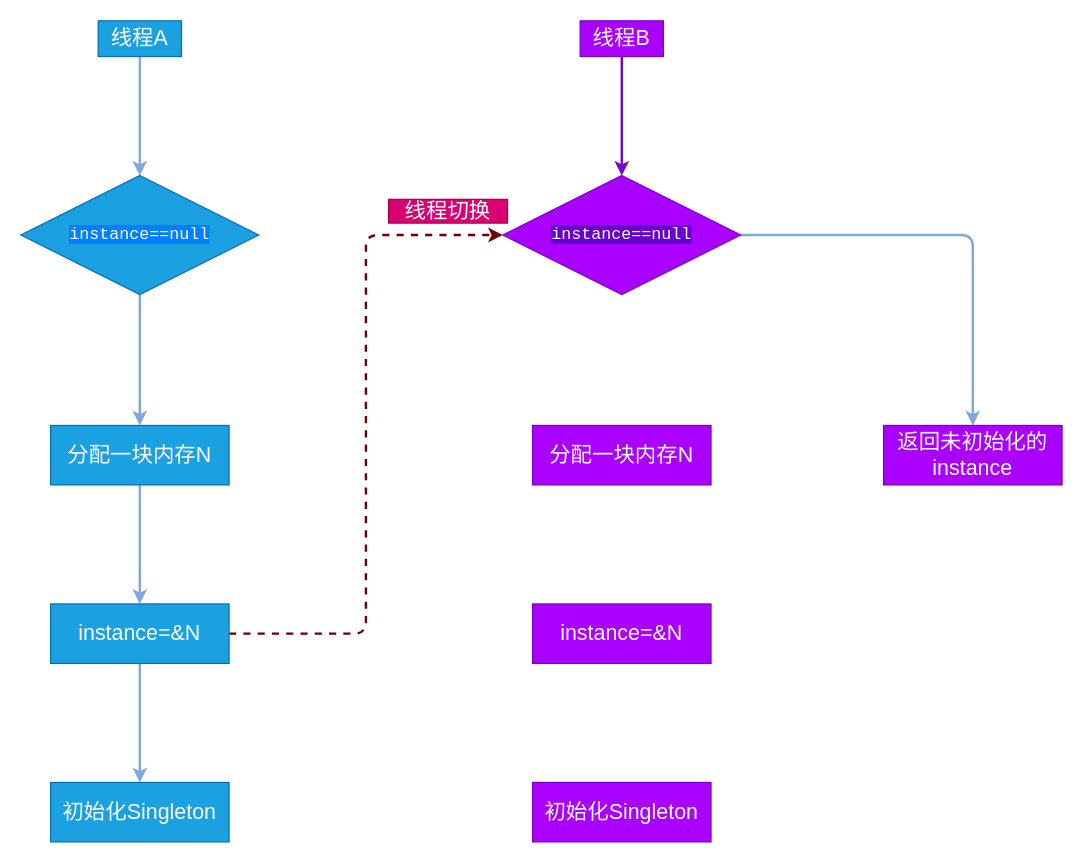
Before: page "第 5 页" (5 of 5) of 并发编程的Bug源头/1.drawio in chenjiabing666/BlogImage, a draw.io diagram. Source tidied: cells renumbered, new cells numbered last; positions are measured from the earlier drawing's top-left corner, leaving out a move shared by most shapes. Both pictures are drawn from the tidied source at 119%, with x=0, y=0 at pixel (20, 20).
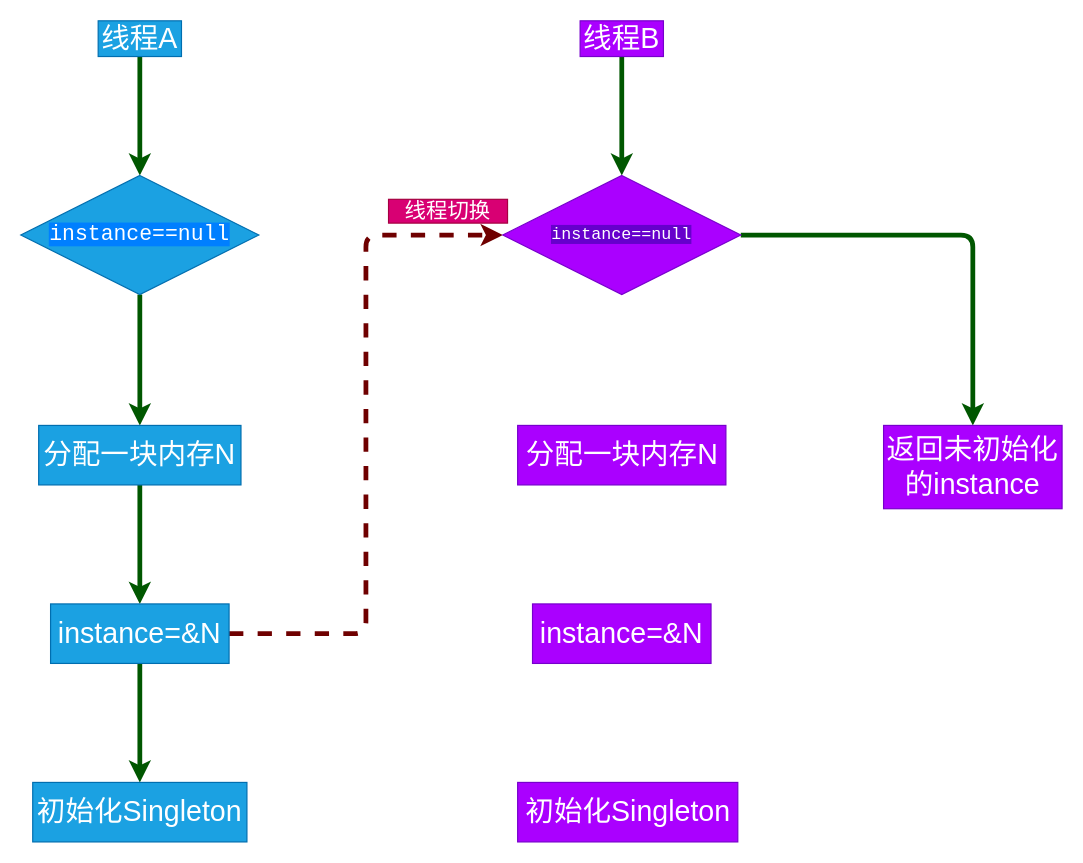
The same page after the edit.

Unchanged cells that the change refers to:
```xml
<mxCell id="15" value="&lt;div style=&quot;text-align: left&quot;&gt;&lt;font face=&quot;operator mono, consolas, monaco, menlo, monospace&quot; style=&quot;font-size: 14px&quot;&gt;&lt;span style=&quot;white-space: pre ; background-color: rgb(102 , 0 , 204)&quot;&gt;instance==null&lt;/span&gt;&lt;/font&gt;&lt;/div&gt;" style="rhombus;whiteSpace=wrap;html=1;fillColor=#aa00ff;strokeColor=#7700CC;fontColor=#ffffff;" parent="1" vertex="1">
  <mxGeometry x="405" y="130" width="200" height="100" as="geometry" />
</mxCell>
```

Diff of the diagram source:
```diff
@@
-    <mxCell id="2" style="edgeStyle=orthogonalEdgeStyle;rounded=1;jettySize=auto;html=1;entryX=0.5;entryY=0;entryDx=0;entryDy=0;strokeColor=#7EA6E0;strokeWidth=2;" parent="1" edge="1" source="3" target="5">
+    <mxCell id="2" style="edgeStyle=orthogonalEdgeStyle;rounded=1;jettySize=auto;html=1;entryX=0.5;entryY=0;entryDx=0;entryDy=0;strokeColor=#005700;strokeWidth=4;fillColor=#008a00;" parent="1" edge="1" source="3" target="5">
       <mxGeometry relative="1" as="geometry" />
     </mxCell>
-    <mxCell id="3" value="&lt;font style=&quot;font-size: 18px&quot;&gt;线程A&lt;/font&gt;" style="rounded=0;whiteSpace=wrap;html=1;fillColor=#1ba1e2;strokeColor=#006EAF;fontColor=#ffffff;" parent="1" vertex="1">
+    <mxCell id="3" value="&lt;font style=&quot;font-size: 24px&quot;&gt;线程A&lt;/font&gt;" style="rounded=0;whiteSpace=wrap;html=1;fillColor=#1ba1e2;strokeColor=#006EAF;fontColor=#ffffff;" parent="1" vertex="1">
       <mxGeometry x="65" width="70" height="30" as="geometry" />
     </mxCell>
-    <mxCell id="4" style="edgeStyle=orthogonalEdgeStyle;rounded=1;jettySize=auto;html=1;strokeColor=#7EA6E0;strokeWidth=2;" parent="1" edge="1" source="5" target="7">
+    <mxCell id="4" style="edgeStyle=orthogonalEdgeStyle;rounded=1;jettySize=auto;html=1;strokeColor=#005700;strokeWidth=4;fillColor=#008a00;" parent="1" edge="1" source="5" target="7">
       <mxGeometry relative="1" as="geometry" />
     </mxCell>
-    <mxCell id="5" value="&lt;div style=&quot;text-align: left&quot;&gt;&lt;font face=&quot;operator mono, consolas, monaco, menlo, monospace&quot; style=&quot;font-size: 14px&quot;&gt;&lt;span style=&quot;white-space: pre ; background-color: rgb(0 , 127 , 255)&quot;&gt;instance==null&lt;/span&gt;&lt;/font&gt;&lt;/div&gt;" style="rhombus;whiteSpace=wrap;html=1;fillColor=#1ba1e2;strokeColor=#006EAF;fontColor=#ffffff;" parent="1" vertex="1">
+    <mxCell id="5" value="&lt;div style=&quot;text-align: left&quot;&gt;&lt;font face=&quot;operator mono, consolas, monaco, menlo, monospace&quot; style=&quot;font-size: 18px&quot;&gt;&lt;span style=&quot;white-space: pre ; background-color: rgb(0 , 127 , 255)&quot;&gt;instance==null&lt;/span&gt;&lt;/font&gt;&lt;/div&gt;" style="rhombus;whiteSpace=wrap;html=1;fillColor=#1ba1e2;strokeColor=#006EAF;fontColor=#ffffff;" parent="1" vertex="1">
       <mxGeometry y="130" width="200" height="100" as="geometry" />
     </mxCell>
-    <mxCell id="6" style="edgeStyle=orthogonalEdgeStyle;rounded=1;jettySize=auto;html=1;strokeColor=#7EA6E0;strokeWidth=2;" parent="1" edge="1" source="7" target="10">
+    <mxCell id="6" style="edgeStyle=orthogonalEdgeStyle;rounded=1;jettySize=auto;html=1;strokeColor=#005700;strokeWidth=4;fillColor=#008a00;" parent="1" edge="1" source="7" target="10">
       <mxGeometry relative="1" as="geometry" />
     </mxCell>
-    <mxCell id="7" value="&lt;font style=&quot;font-size: 18px&quot;&gt;分配一块内存N&lt;/font&gt;" style="rounded=0;whiteSpace=wrap;html=1;fillColor=#1ba1e2;strokeColor=#006EAF;fontColor=#ffffff;" parent="1" vertex="1">
-      <mxGeometry x="25" y="340" width="150" height="50" as="geometry" />
+    <mxCell id="7" value="&lt;font style=&quot;font-size: 24px&quot;&gt;分配一块内存N&lt;/font&gt;" style="rounded=0;whiteSpace=wrap;html=1;fillColor=#1ba1e2;strokeColor=#006EAF;fontColor=#ffffff;" parent="1" vertex="1">
+      <mxGeometry x="15" y="340" width="170" height="50" as="geometry" />
     </mxCell>
+    <mxCell id="9" style="edgeStyle=orthogonalEdgeStyle;rounded=1;jettySize=auto;html=1;entryX=0;entryY=0.5;entryDx=0;entryDy=0;strokeColor=#6F0000;strokeWidth=4;dashed=1;fillColor=#a20025;" parent="1" edge="1" source="10" target="15">
+      <mxGeometry relative="1" as="geometry" />
+    </mxCell>
-    <mxCell id="8" style="edgeStyle=orthogonalEdgeStyle;rounded=1;jettySize=auto;html=1;entryX=0.5;entryY=0;entryDx=0;entryDy=0;strokeColor=#7EA6E0;strokeWidth=2;" parent="1" edge="1" source="10" target="11">
+    <mxCell id="8" style="edgeStyle=orthogonalEdgeStyle;rounded=1;jettySize=auto;html=1;strokeColor=#005700;strokeWidth=4;fillColor=#008a00;" parent="1" edge="1" source="10" target="11">
       <mxGeometry relative="1" as="geometry" />
     </mxCell>
-    <mxCell id="9" style="edgeStyle=orthogonalEdgeStyle;rounded=1;jettySize=auto;html=1;entryX=0;entryY=0.5;entryDx=0;entryDy=0;strokeColor=#6F0000;strokeWidth=2;dashed=1;fillColor=#a20025;" parent="1" edge="1" source="10" target="15">
-      <mxGeometry relative="1" as="geometry" />
-    </mxCell>
-    <mxCell id="10" value="&lt;span style=&quot;font-size: 18px&quot;&gt;instance=&amp;amp;N&lt;/span&gt;" style="rounded=0;whiteSpace=wrap;html=1;fillColor=#1ba1e2;strokeColor=#006EAF;fontColor=#ffffff;" parent="1" vertex="1">
+    <mxCell id="10" value="&lt;font style=&quot;font-size: 24px&quot;&gt;instance=&amp;amp;N&lt;/font&gt;" style="rounded=0;whiteSpace=wrap;html=1;fillColor=#1ba1e2;strokeColor=#006EAF;fontColor=#ffffff;" parent="1" vertex="1">
       <mxGeometry x="25" y="490" width="150" height="50" as="geometry" />
     </mxCell>
-    <mxCell id="11" value="&lt;span style=&quot;font-size: 18px&quot;&gt;初始化&lt;/span&gt;&lt;span style=&quot;font-size: 18px&quot;&gt;Singleton&lt;/span&gt;" style="rounded=0;whiteSpace=wrap;html=1;fillColor=#1ba1e2;strokeColor=#006EAF;fontColor=#ffffff;" parent="1" vertex="1">
-      <mxGeometry x="25" y="640" width="150" height="50" as="geometry" />
+    <mxCell id="11" value="&lt;font style=&quot;font-size: 24px&quot;&gt;初始化Singleton&lt;/font&gt;" style="rounded=0;whiteSpace=wrap;html=1;fillColor=#1ba1e2;strokeColor=#006EAF;fontColor=#ffffff;" parent="1" vertex="1">
+      <mxGeometry x="10" y="640" width="180" height="50" as="geometry" />
     </mxCell>
-    <mxCell id="12" style="edgeStyle=orthogonalEdgeStyle;rounded=1;jettySize=auto;html=1;entryX=0.5;entryY=0;entryDx=0;entryDy=0;strokeColor=#7700CC;strokeWidth=2;fillColor=#aa00ff;" parent="1" edge="1" source="13" target="15">
+    <mxCell id="12" style="edgeStyle=orthogonalEdgeStyle;rounded=1;jettySize=auto;html=1;entryX=0.5;entryY=0;entryDx=0;entryDy=0;strokeColor=#005700;strokeWidth=4;fillColor=#008a00;" parent="1" edge="1" source="13" target="15">
       <mxGeometry relative="1" as="geometry" />
     </mxCell>
-    <mxCell id="13" value="&lt;font style=&quot;font-size: 18px&quot;&gt;线程B&lt;/font&gt;" style="rounded=0;whiteSpace=wrap;html=1;fillColor=#aa00ff;strokeColor=#7700CC;fontColor=#ffffff;" parent="1" vertex="1">
+    <mxCell id="13" value="&lt;font style=&quot;font-size: 24px&quot;&gt;线程B&lt;/font&gt;" style="rounded=0;whiteSpace=wrap;html=1;fillColor=#aa00ff;strokeColor=#7700CC;fontColor=#ffffff;" parent="1" vertex="1">
       <mxGeometry x="470" width="70" height="30" as="geometry" />
     </mxCell>
-    <mxCell id="14" style="edgeStyle=orthogonalEdgeStyle;rounded=1;jettySize=auto;html=1;entryX=0.5;entryY=0;entryDx=0;entryDy=0;strokeColor=#7EA6E0;strokeWidth=2;" parent="1" edge="1" source="15" target="20">
+    <mxCell id="14" style="edgeStyle=orthogonalEdgeStyle;rounded=1;jettySize=auto;html=1;entryX=0.5;entryY=0;entryDx=0;entryDy=0;strokeColor=#005700;strokeWidth=4;fillColor=#008a00;" parent="1" edge="1" source="15" target="20">
       <mxGeometry relative="1" as="geometry" />
     </mxCell>
@@
-    <mxCell id="16" value="&lt;font style=&quot;font-size: 18px&quot;&gt;分配一块内存N&lt;/font&gt;" style="rounded=0;whiteSpace=wrap;html=1;fillColor=#aa00ff;strokeColor=#7700CC;fontColor=#ffffff;" parent="1" vertex="1">
-      <mxGeometry x="430" y="340" width="150" height="50" as="geometry" />
+    <mxCell id="16" value="&lt;font style=&quot;font-size: 24px&quot;&gt;分配一块内存N&lt;/font&gt;" style="rounded=0;whiteSpace=wrap;html=1;fillColor=#aa00ff;strokeColor=#7700CC;fontColor=#ffffff;" parent="1" vertex="1">
+      <mxGeometry x="417.5" y="340" width="175" height="50" as="geometry" />
     </mxCell>
-    <mxCell id="17" value="&lt;span style=&quot;font-size: 18px&quot;&gt;instance=&amp;amp;N&lt;/span&gt;" style="rounded=0;whiteSpace=wrap;html=1;fillColor=#aa00ff;strokeColor=#7700CC;fontColor=#ffffff;" parent="1" vertex="1">
+    <mxCell id="17" value="&lt;font style=&quot;font-size: 24px&quot;&gt;instance=&amp;amp;N&lt;/font&gt;" style="rounded=0;whiteSpace=wrap;html=1;fillColor=#aa00ff;strokeColor=#7700CC;fontColor=#ffffff;" parent="1" vertex="1">
       <mxGeometry x="430" y="490" width="150" height="50" as="geometry" />
     </mxCell>
-    <mxCell id="18" value="&lt;span style=&quot;font-size: 18px&quot;&gt;初始化&lt;/span&gt;&lt;span style=&quot;font-size: 18px&quot;&gt;Singleton&lt;/span&gt;" style="rounded=0;whiteSpace=wrap;html=1;fillColor=#aa00ff;strokeColor=#7700CC;fontColor=#ffffff;" parent="1" vertex="1">
-      <mxGeometry x="430" y="640" width="150" height="50" as="geometry" />
+    <mxCell id="18" value="&lt;font style=&quot;font-size: 24px&quot;&gt;初始化Singleton&lt;/font&gt;" style="rounded=0;whiteSpace=wrap;html=1;fillColor=#aa00ff;strokeColor=#7700CC;fontColor=#ffffff;" parent="1" vertex="1">
+      <mxGeometry x="417.5" y="640" width="185" height="50" as="geometry" />
     </mxCell>
@@
-    <mxCell id="20" value="&lt;span style=&quot;font-size: 18px&quot;&gt;返回未初始化的&lt;/span&gt;&lt;span style=&quot;font-size: 18px&quot;&gt;instance&lt;/span&gt;" style="rounded=0;whiteSpace=wrap;html=1;fillColor=#aa00ff;strokeColor=#7700CC;fontColor=#ffffff;" parent="1" vertex="1">
-      <mxGeometry x="725" y="340" width="150" height="50" as="geometry" />
+    <mxCell id="20" value="&lt;font style=&quot;font-size: 24px&quot;&gt;返回未初始化的instance&lt;/font&gt;" style="rounded=0;whiteSpace=wrap;html=1;fillColor=#aa00ff;strokeColor=#7700CC;fontColor=#ffffff;" parent="1" vertex="1">
+      <mxGeometry x="725" y="340" width="150" height="70" as="geometry" />
     </mxCell>
```
